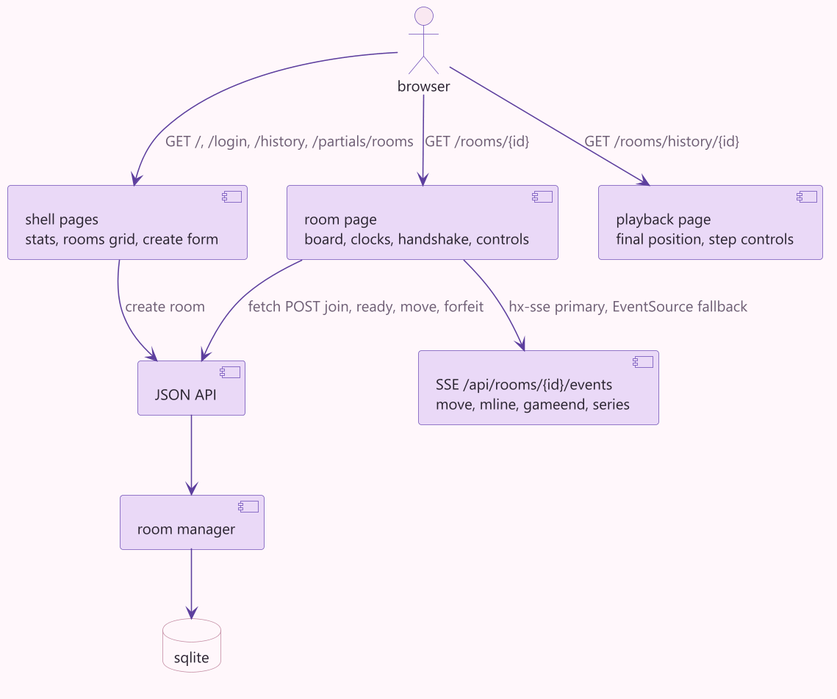
The PlantUML diagram docs/diagrams/page-surface.png in lavantien/caro-ai-pvp, before a commit.
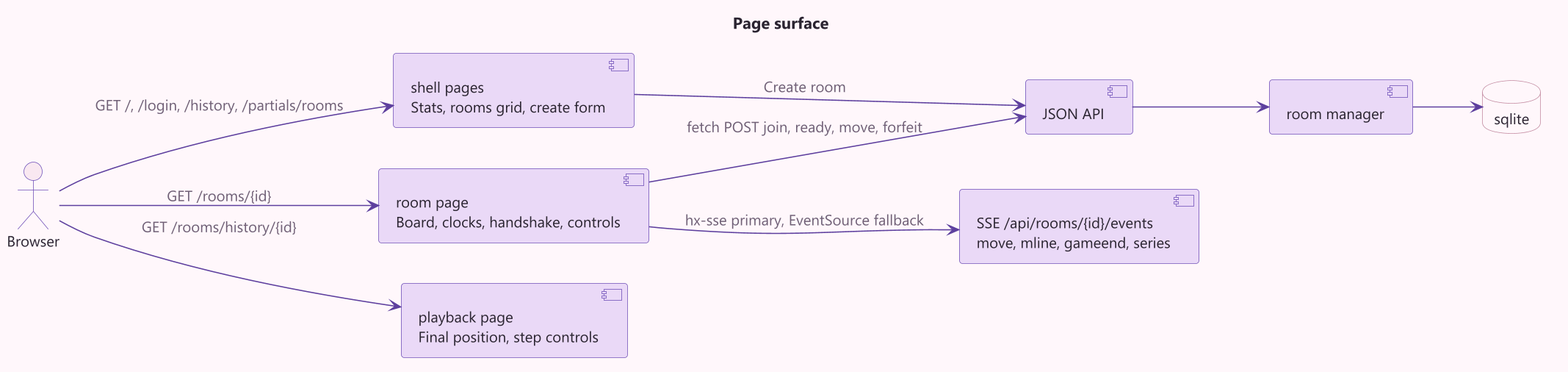
After the commit.

What changed in the source:
```diff
@@ -1,19 +1,22 @@
 @startuml page-surface
 !include common.iuml
-actor browser
-[shell pages\nstats, rooms grid, create form] as shell
-[room page\nboard, clocks, handshake, controls] as room
-[playback page\nfinal position, step controls] as playback
+left to right direction
+title Page surface
+
+actor Browser
+[shell pages\nStats, rooms grid, create form] as shell
+[room page\nBoard, clocks, handshake, controls] as room
+[playback page\nFinal position, step controls] as playback
 [SSE /api/rooms/{id}/events\nmove, mline, gameend, series] as sse
 [JSON API] as api
 [room manager] as manager
 database "sqlite" as store
-browser --> shell : GET /, /login, /history, /partials/rooms
-browser --> room : GET /rooms/{id}
-browser --> playback : GET /rooms/history/{id}
+Browser --> shell : GET /, /login, /history, /partials/rooms
+Browser --> room : GET /rooms/{id}
+Browser --> playback : GET /rooms/history/{id}
 room --> sse : hx-sse primary, EventSource fallback
 room --> api : fetch POST join, ready, move, forfeit
-shell --> api : create room
+shell --> api : Create room
 api --> manager
 manager --> store
 @enduml
```
